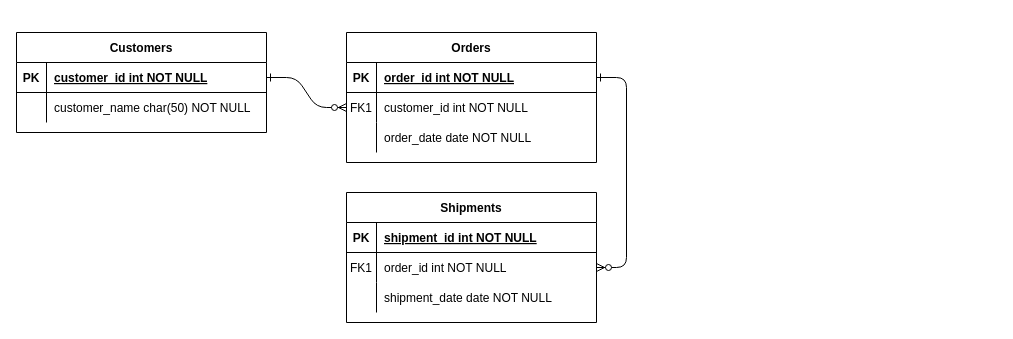
Before: Diagrama sin título.drawio in sciangula1/Curso-Maxi-programa, a draw.io diagram. Source tidied: cells renumbered, new cells numbered last; positions are measured from the earlier drawing's top-left corner, leaving out a move shared by most shapes. Both pictures are drawn from the tidied source at 100%, with x=0, y=0 at pixel (16, 32).
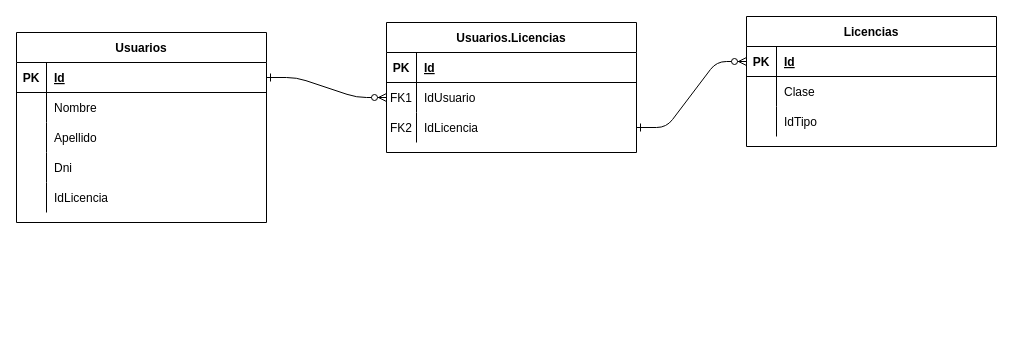
The same diagram, later.

The change refers to these unchanged cells:
```xml
<mxCell id="5" style="shape=partialRectangle;fillColor=none;points=[[0,0.5],[1,0.5]];portConstraint=eastwest;top=0;left=0;right=0;bottom=1;" parent="4" vertex="1">
  <mxGeometry y="30" width="250" height="30" as="geometry" />
</mxCell>
<mxCell id="8" style="shape=partialRectangle;fillColor=none;points=[[0,0.5],[1,0.5]];portConstraint=eastwest;top=0;left=0;right=0;bottom=0;" parent="4" vertex="1">
  <mxGeometry y="60" width="250" height="30" as="geometry" />
</mxCell>
<mxCell id="11" style="shape=partialRectangle;fillColor=none;points=[[0,0.5],[1,0.5]];portConstraint=eastwest;top=0;left=0;right=0;bottom=0;" parent="4" vertex="1">
  <mxGeometry y="90" width="250" height="30" as="geometry" />
</mxCell>
<mxCell id="15" style="shape=partialRectangle;fillColor=none;points=[[0,0.5],[1,0.5]];portConstraint=eastwest;top=0;left=0;right=0;bottom=1;" parent="14" vertex="1">
  <mxGeometry y="30" width="250" height="30" as="geometry" />
</mxCell>
<mxCell id="18" style="shape=partialRectangle;fillColor=none;points=[[0,0.5],[1,0.5]];portConstraint=eastwest;top=0;left=0;right=0;bottom=0;" parent="14" vertex="1">
  <mxGeometry y="60" width="250" height="30" as="geometry" />
</mxCell>
<mxCell id="21" style="shape=partialRectangle;fillColor=none;top=0;left=0;right=0;bottom=0;" parent="14" vertex="1">
  <mxGeometry y="90" width="250" height="30" as="geometry" />
</mxCell>
<mxCell id="25" style="shape=partialRectangle;fillColor=none;points=[[0,0.5],[1,0.5]];portConstraint=eastwest;top=0;left=0;right=0;bottom=1;" parent="24" vertex="1">
  <mxGeometry y="30" width="250" height="30" as="geometry" />
</mxCell>
<mxCell id="28" style="shape=partialRectangle;fillColor=none;top=0;left=0;right=0;bottom=0;" parent="24" vertex="1">
  <mxGeometry y="60" width="250" height="30" as="geometry" />
</mxCell>
```

The edit, as a diff of the source:
```diff
@@
-    <mxCell id="2" style="edgeStyle=entityRelationEdgeStyle;endArrow=ERzeroToMany;startArrow=ERone;endFill=1;startFill=0;" parent="1" edge="1" source="25" target="8">
-      <mxGeometry relative="1" as="geometry" />
+    <mxCell id="2" style="edgeStyle=entityRelationEdgeStyle;endArrow=ERzeroToMany;startArrow=ERone;endFill=1;startFill=0;" parent="1" edge="1">
+      <mxGeometry relative="1" as="geometry">
+        <mxPoint x="250" y="45" as="sourcePoint" />
+        <mxPoint x="370" y="65" as="targetPoint" />
+      </mxGeometry>
     </mxCell>
-    <mxCell id="3" style="edgeStyle=entityRelationEdgeStyle;endArrow=ERzeroToMany;startArrow=ERone;endFill=1;startFill=0;" parent="1" edge="1" source="5" target="18">
-      <mxGeometry relative="1" as="geometry" />
+    <mxCell id="3" style="edgeStyle=entityRelationEdgeStyle;endArrow=ERzeroToMany;startArrow=ERone;endFill=1;startFill=0;" parent="1" edge="1" source="11" target="15">
+      <mxGeometry relative="1" as="geometry">
+        <Array as="points">
+          <mxPoint x="710" y="82.5" />
+        </Array>
+      </mxGeometry>
     </mxCell>
-    <mxCell id="4" value="Orders" style="shape=table;startSize=30;childLayout=tableLayout;rowLines=0;fontStyle=1;align=center;" parent="1" vertex="1">
-      <mxGeometry x="330" width="250" height="130" as="geometry" />
+    <mxCell id="4" value="Usuarios.Licencias" style="shape=table;startSize=30;childLayout=tableLayout;rowLines=0;fontStyle=1;align=center;" parent="1" vertex="1">
+      <mxGeometry x="370" y="-10" width="250" height="130" as="geometry" />
     </mxCell>
@@
-    <mxCell id="7" value="order_id int NOT NULL " style="shape=partialRectangle;overflow=hidden;fillColor=none;top=0;left=0;bottom=0;right=0;align=left;spacingLeft=6;fontStyle=5;" parent="5" vertex="1">
+    <mxCell id="7" value="Id" style="shape=partialRectangle;overflow=hidden;fillColor=none;top=0;left=0;bottom=0;right=0;align=left;spacingLeft=6;fontStyle=5;" parent="5" vertex="1">
       <mxGeometry x="30" width="220" height="30" as="geometry" />
     </mxCell>
@@
-    <mxCell id="10" value="customer_id int NOT NULL" style="shape=partialRectangle;overflow=hidden;fillColor=none;top=0;left=0;bottom=0;right=0;align=left;spacingLeft=6;" parent="8" vertex="1">
+    <mxCell id="10" value="IdUsuario" style="shape=partialRectangle;overflow=hidden;fillColor=none;top=0;left=0;bottom=0;right=0;align=left;spacingLeft=6;" parent="8" vertex="1">
       <mxGeometry x="30" width="220" height="30" as="geometry" />
     </mxCell>
@@
-    <mxCell id="12" style="shape=partialRectangle;overflow=hidden;fillColor=none;top=0;left=0;bottom=0;right=0;" parent="11" vertex="1">
+    <mxCell id="12" value="FK2" style="shape=partialRectangle;overflow=hidden;fillColor=none;top=0;left=0;bottom=0;right=0;" parent="11" vertex="1">
       <mxGeometry width="30" height="30" as="geometry" />
     </mxCell>
-    <mxCell id="13" value="order_date date NOT NULL" style="shape=partialRectangle;overflow=hidden;fillColor=none;top=0;left=0;bottom=0;right=0;align=left;spacingLeft=6;" parent="11" vertex="1">
+    <mxCell id="13" value="IdLicencia" style="shape=partialRectangle;overflow=hidden;fillColor=none;top=0;left=0;bottom=0;right=0;align=left;spacingLeft=6;" parent="11" vertex="1">
       <mxGeometry x="30" width="220" height="30" as="geometry" />
     </mxCell>
-    <mxCell id="14" value="Shipments" style="shape=table;startSize=30;childLayout=tableLayout;rowLines=0;fontStyle=1;align=center;" parent="1" vertex="1">
-      <mxGeometry x="330" y="160" width="250" height="130" as="geometry" />
+    <mxCell id="14" value="Licencias" style="shape=table;startSize=30;childLayout=tableLayout;rowLines=0;fontStyle=1;align=center;" parent="1" vertex="1">
+      <mxGeometry x="730" y="-16" width="250" height="130" as="geometry" />
     </mxCell>
@@
-    <mxCell id="17" value="shipment_id int NOT NULL " style="shape=partialRectangle;overflow=hidden;fillColor=none;top=0;left=0;bottom=0;right=0;align=left;spacingLeft=6;fontStyle=5;" parent="15" vertex="1">
+    <mxCell id="17" value="Id" style="shape=partialRectangle;overflow=hidden;fillColor=none;top=0;left=0;bottom=0;right=0;align=left;spacingLeft=6;fontStyle=5;" parent="15" vertex="1">
       <mxGeometry x="30" width="220" height="30" as="geometry" />
     </mxCell>
@@
-    <mxCell id="19" value="FK1" style="shape=partialRectangle;overflow=hidden;fillColor=none;top=0;left=0;bottom=0;right=0;" parent="18" vertex="1">
+    <mxCell id="19" style="shape=partialRectangle;overflow=hidden;fillColor=none;top=0;left=0;bottom=0;right=0;" parent="18" vertex="1">
       <mxGeometry width="30" height="30" as="geometry" />
     </mxCell>
-    <mxCell id="20" value="order_id int NOT NULL" style="shape=partialRectangle;overflow=hidden;fillColor=none;top=0;left=0;bottom=0;right=0;align=left;spacingLeft=6;" parent="18" vertex="1">
+    <mxCell id="20" value="Clase" style="shape=partialRectangle;overflow=hidden;fillColor=none;top=0;left=0;bottom=0;right=0;align=left;spacingLeft=6;" parent="18" vertex="1">
       <mxGeometry x="30" width="220" height="30" as="geometry" />
     </mxCell>
@@
-    <mxCell id="23" value="shipment_date date NOT NULL" style="shape=partialRectangle;overflow=hidden;fillColor=none;top=0;left=0;bottom=0;right=0;align=left;spacingLeft=6;" parent="21" vertex="1">
+    <mxCell id="23" value="IdTipo" style="shape=partialRectangle;overflow=hidden;fillColor=none;top=0;left=0;bottom=0;right=0;align=left;spacingLeft=6;" parent="21" vertex="1">
       <mxGeometry x="30" width="220" height="30" as="geometry" />
     </mxCell>
-    <mxCell id="24" value="Customers" style="shape=table;startSize=30;childLayout=tableLayout;rowLines=0;fontStyle=1;align=center;" parent="1" vertex="1">
-      <mxGeometry width="250" height="100" as="geometry" />
+    <mxCell id="24" value="Usuarios" style="shape=table;startSize=30;childLayout=tableLayout;rowLines=0;fontStyle=1;align=center;" parent="1" vertex="1">
+      <mxGeometry width="250" height="190" as="geometry" />
     </mxCell>
@@
-    <mxCell id="27" value="customer_id int NOT NULL " style="shape=partialRectangle;overflow=hidden;fillColor=none;top=0;left=0;bottom=0;right=0;align=left;spacingLeft=6;fontStyle=5;" parent="25" vertex="1">
+    <mxCell id="27" value="Id" style="shape=partialRectangle;overflow=hidden;fillColor=none;top=0;left=0;bottom=0;right=0;align=left;spacingLeft=6;fontStyle=5;" parent="25" vertex="1">
       <mxGeometry x="30" width="220" height="30" as="geometry" />
     </mxCell>
@@
-    <mxCell id="30" value="customer_name char(50) NOT NULL" style="shape=partialRectangle;overflow=hidden;fillColor=none;top=0;left=0;bottom=0;right=0;align=left;spacingLeft=6;" parent="28" vertex="1">
+    <mxCell id="30" value="Nombre" style="shape=partialRectangle;overflow=hidden;fillColor=none;top=0;left=0;bottom=0;right=0;align=left;spacingLeft=6;" parent="28" vertex="1">
       <mxGeometry x="30" width="220" height="30" as="geometry" />
     </mxCell>
+    <mxCell id="31" style="shape=partialRectangle;fillColor=none;top=0;left=0;right=0;bottom=0;" parent="24" vertex="1">
+      <mxGeometry y="90" width="250" height="30" as="geometry" />
+    </mxCell>
+    <mxCell id="32" style="shape=partialRectangle;overflow=hidden;fillColor=none;top=0;left=0;bottom=0;right=0;" parent="31" vertex="1">
+      <mxGeometry width="30" height="30" as="geometry" />
+    </mxCell>
+    <mxCell id="33" value="Apellido" style="shape=partialRectangle;overflow=hidden;fillColor=none;top=0;left=0;bottom=0;right=0;align=left;spacingLeft=6;" parent="31" vertex="1">
+      <mxGeometry x="30" width="220" height="30" as="geometry" />
+    </mxCell>
+    <mxCell id="34" style="shape=partialRectangle;fillColor=none;top=0;left=0;right=0;bottom=0;" parent="24" vertex="1">
+      <mxGeometry y="120" width="250" height="30" as="geometry" />
+    </mxCell>
+    <mxCell id="35" style="shape=partialRectangle;overflow=hidden;fillColor=none;top=0;left=0;bottom=0;right=0;" parent="34" vertex="1">
+      <mxGeometry width="30" height="30" as="geometry" />
+    </mxCell>
+    <mxCell id="36" value="Dni" style="shape=partialRectangle;overflow=hidden;fillColor=none;top=0;left=0;bottom=0;right=0;align=left;spacingLeft=6;" parent="34" vertex="1">
+      <mxGeometry x="30" width="220" height="30" as="geometry" />
+    </mxCell>
+    <mxCell id="37" style="shape=partialRectangle;fillColor=none;top=0;left=0;right=0;bottom=0;" parent="24" vertex="1">
+      <mxGeometry y="150" width="250" height="30" as="geometry" />
+    </mxCell>
+    <mxCell id="38" style="shape=partialRectangle;overflow=hidden;fillColor=none;top=0;left=0;bottom=0;right=0;" parent="37" vertex="1">
+      <mxGeometry width="30" height="30" as="geometry" />
+    </mxCell>
+    <mxCell id="39" value="IdLicencia" style="shape=partialRectangle;overflow=hidden;fillColor=none;top=0;left=0;bottom=0;right=0;align=left;spacingLeft=6;" parent="37" vertex="1">
+      <mxGeometry x="30" width="220" height="30" as="geometry" />
+    </mxCell>
```
